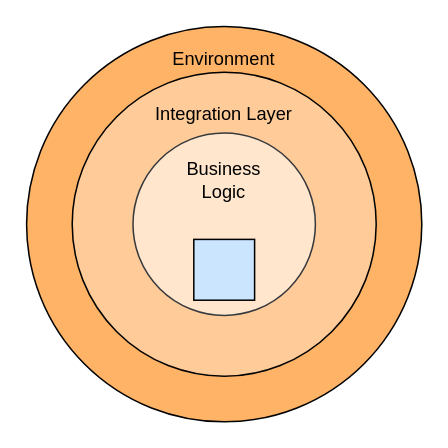
The draw.io diagram page "Scen1+2" (1 of 2) of article_02/Untitled Diagram.drawio in StefanSchade/blog-operational-requirements-diagrams, before the edit. Source tidied: cells renumbered, new cells numbered last; positions are measured from the earlier drawing's top-left corner, leaving out a move shared by most shapes. Both pictures are drawn from the tidied source at 152%, with x=0, y=0 at pixel (26, 26).
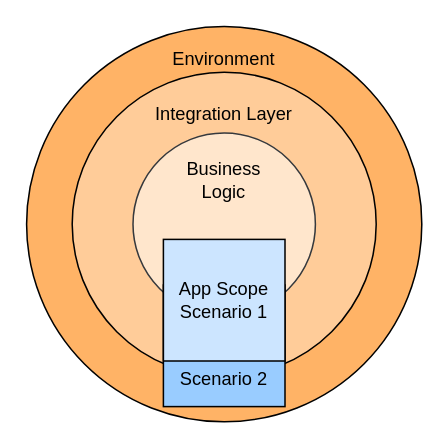
Above is the later version.

Diff of the diagram source:
```diff
@@
 <mxGraphModel>
   <root>
     <mxCell id="0" />
     <mxCell id="1" parent="0" />
     <mxCell id="2" value="Environment&lt;br&gt;&lt;br&gt;&lt;br&gt;&lt;br&gt;&lt;br&gt;&lt;br&gt;&lt;br&gt;&lt;br&gt;&lt;br&gt;&lt;br&gt;&lt;br&gt;&lt;br&gt;&lt;br&gt;&lt;br&gt;&lt;br&gt;&lt;br&gt;" style="ellipse;whiteSpace=wrap;html=1;shadow=0;fillColor=#FFB366;strokeColor=default;gradientColor=none;" parent="1" vertex="1">
       <mxGeometry width="260" height="260" as="geometry" />
     </mxCell>
     <mxCell id="3" value="Integration Layer&lt;br&gt;&lt;br&gt;&lt;br&gt;&lt;br&gt;&lt;br&gt;&lt;br&gt;&lt;br&gt;&lt;div&gt;&lt;br&gt;&lt;/div&gt;&lt;div&gt;&lt;br&gt;&lt;/div&gt;&lt;div&gt;&lt;br&gt;&lt;/div&gt;&lt;div&gt;&lt;br&gt;&lt;/div&gt;" style="ellipse;whiteSpace=wrap;html=1;shadow=0;fillColor=#FFCC99;strokeColor=default;align=center;" parent="1" vertex="1">
       <mxGeometry x="30" y="30" width="200" height="200" as="geometry" />
     </mxCell>
     <mxCell id="4" value="Business&lt;br&gt;Logic&lt;br&gt;&lt;br&gt;&lt;br&gt;&lt;br&gt;&lt;br&gt;" style="ellipse;whiteSpace=wrap;html=1;fillColor=#FFE6CC;strokeColor=#36393d;direction=south;" parent="1" vertex="1">
       <mxGeometry x="70" y="70" width="120" height="120" as="geometry" />
     </mxCell>
+    <mxCell id="6" style="edgeStyle=orthogonalEdgeStyle;rounded=0;orthogonalLoop=1;jettySize=auto;html=1;exitX=0.75;exitY=0;exitDx=0;exitDy=0;entryX=1;entryY=0.25;entryDx=0;entryDy=0;fontFamily=Helvetica;fontSize=12;fontColor=default;" parent="1" edge="1" source="5" target="5">
+      <mxGeometry relative="1" as="geometry" />
+    </mxCell>
+    <mxCell id="7" value="&lt;br&gt;&lt;br&gt;&lt;br&gt;Scenario 2" style="whiteSpace=wrap;html=1;shadow=0;fontFamily=Helvetica;fontSize=12;fontColor=default;strokeColor=default;fillColor=#99CCFF;direction=south;" parent="1" vertex="1">
+      <mxGeometry x="90" y="170" width="80" height="80" as="geometry" />
+    </mxCell>
-    <mxCell id="5" style="whiteSpace=wrap;html=1;shadow=0;fontFamily=Helvetica;fontSize=12;fontColor=default;strokeColor=default;fillColor=#CCE5FF;direction=south;" parent="1" vertex="1">
-      <mxGeometry x="110" y="140" width="40" height="40" as="geometry" />
+    <mxCell id="5" value="App Scope&lt;br&gt;Scenario 1" style="whiteSpace=wrap;html=1;shadow=0;fontFamily=Helvetica;fontSize=12;fontColor=default;strokeColor=default;fillColor=#CCE5FF;direction=south;" parent="1" vertex="1">
+      <mxGeometry x="90" y="140" width="80" height="80" as="geometry" />
     </mxCell>
   </root>
 </mxGraphModel>
```
